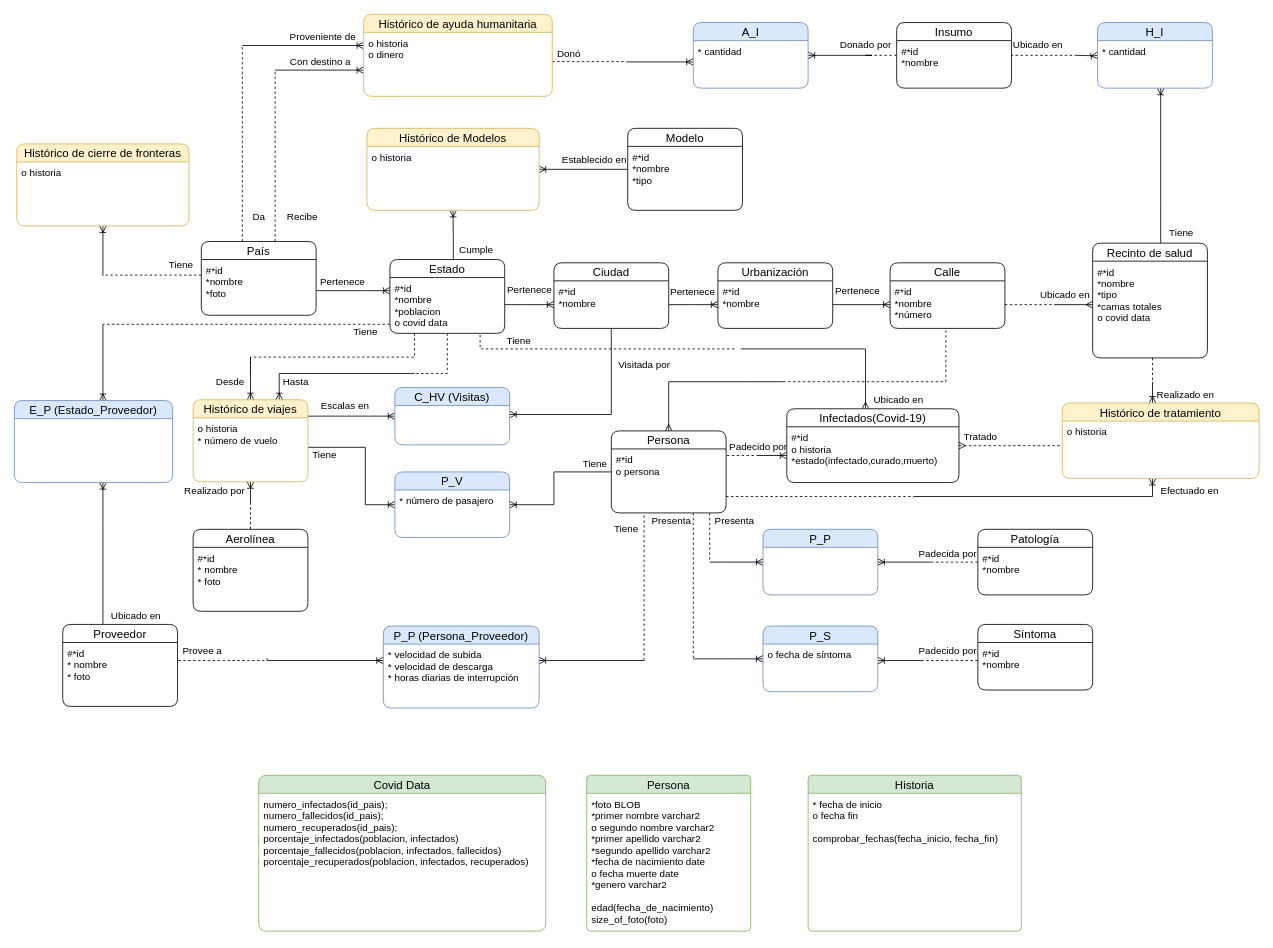
The draw.io diagram DB II/ER.drawio in NeutronBlast/IS-Ex, before the edit. Source tidied: cells renumbered, new cells numbered last; positions are measured from the earlier drawing's top-left corner, leaving out a move shared by most shapes. Both pictures are drawn from the tidied source at 82%, with x=0, y=0 at pixel (14, 14).
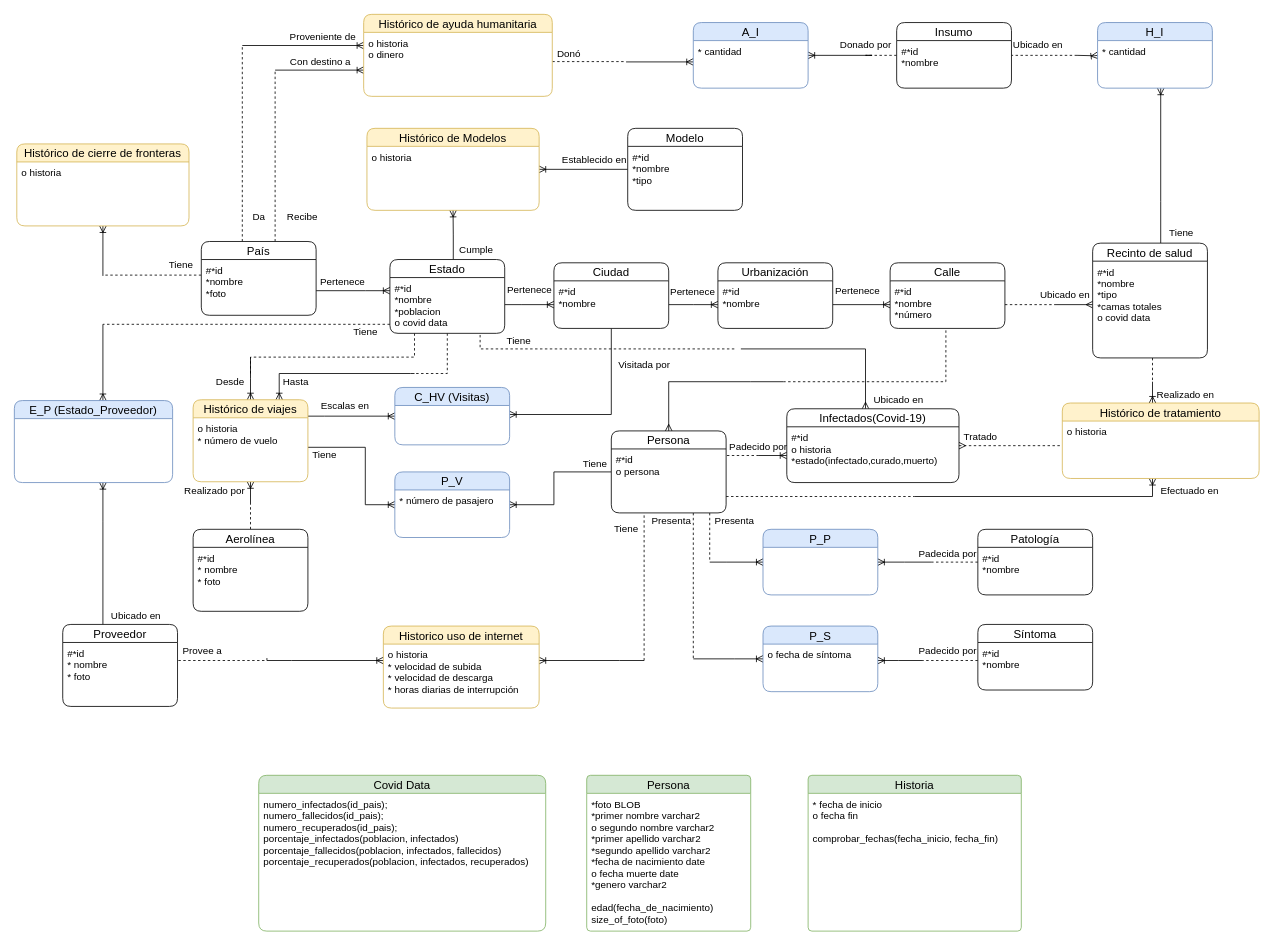
The same diagram, later.

The edit, as a diff of the source:
```diff
@@
-    <mxCell id="109" value="P_P (Persona_Proveedor)" style="swimlane;fontStyle=0;horizontal=1;startSize=22;fillColor=#dae8fc;swimlaneFillColor=#ffffff;align=center;fontSize=14;rounded=1;strokeColor=#6c8ebf;" parent="1" vertex="1">
+    <mxCell id="109" value="Historico uso de internet" style="swimlane;fontStyle=0;horizontal=1;startSize=22;fillColor=#fff2cc;swimlaneFillColor=#ffffff;align=center;fontSize=14;rounded=1;strokeColor=#d6b656;" parent="1" vertex="1">
       <mxGeometry x="450" y="746" width="190" height="100" as="geometry" />
     </mxCell>
-    <mxCell id="110" value="* velocidad de subida&#10;* velocidad de descarga&#10;* horas diarias de interrupción" style="text;strokeColor=none;fillColor=none;spacingLeft=4;spacingRight=4;overflow=hidden;fontSize=12;" parent="109" vertex="1">
+    <mxCell id="110" value="o historia&#10;* velocidad de subida&#10;* velocidad de descarga&#10;* horas diarias de interrupción" style="text;strokeColor=none;fillColor=none;spacingLeft=4;spacingRight=4;overflow=hidden;fontSize=12;" parent="109" vertex="1">
       <mxGeometry y="22" width="190" height="78" as="geometry" />
     </mxCell>
```
